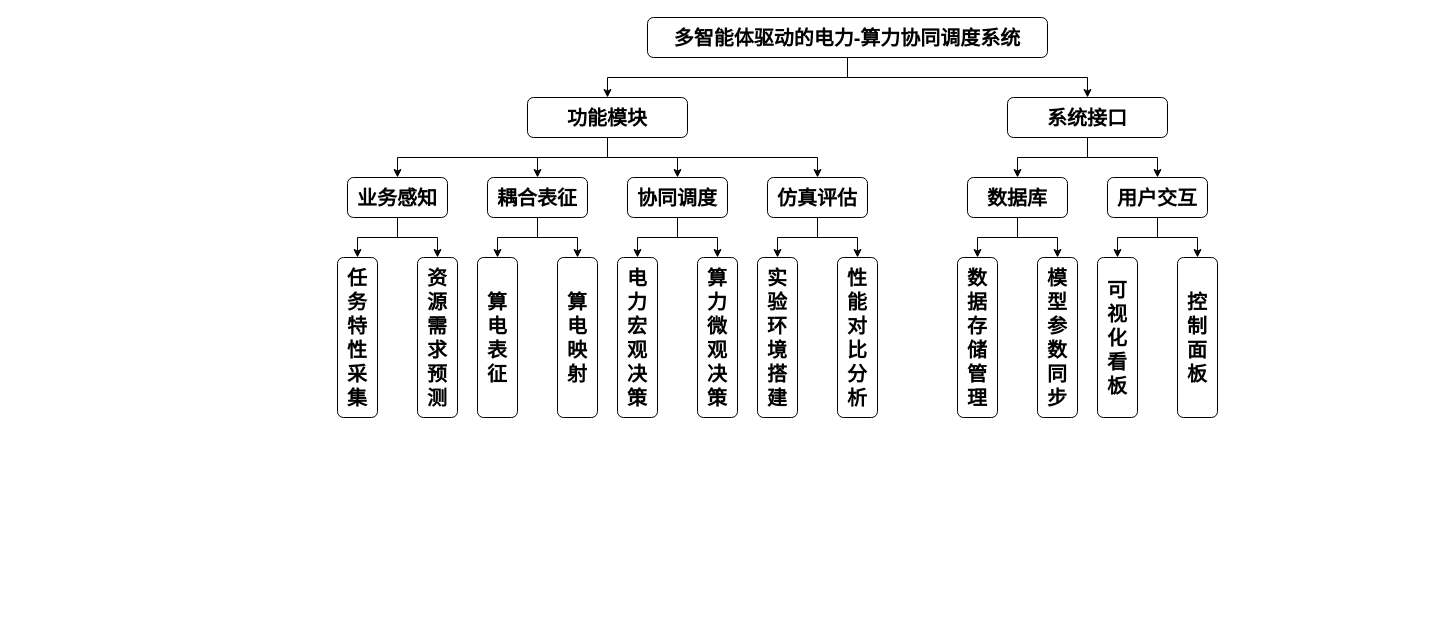
Bang0518/draw_figs keeps this draw.io diagram as 开题报告系统图.drawio. Above is the earlier version. Source tidied: cells renumbered, new cells numbered last; positions are measured from the earlier drawing's top-left corner, leaving out a move shared by most shapes. Both pictures are drawn from the tidied source at 100%, with x=0, y=0 at pixel (337, 17).
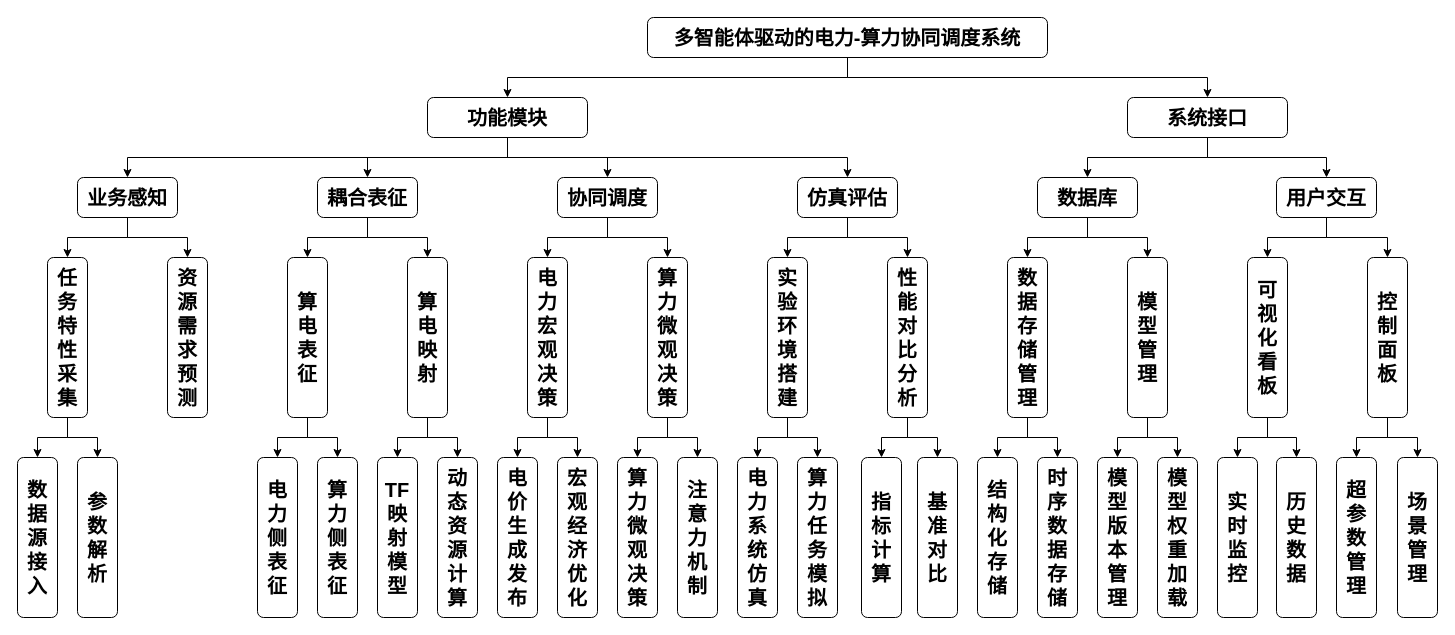
The same diagram, later.

Commit message:
更新开题报告系统图.drawio

Diff of the diagram source:
```diff
@@
     <mxCell id="9" value="&lt;span style=&quot;font-size: 20px; font-family: 微软雅黑; font-weight: bold;&quot;&gt;功能模块&lt;/span&gt;" style="rounded=1;whiteSpace=wrap;html=1;" parent="1" vertex="1">
-      <mxGeometry x="190" y="80" width="160" height="40" as="geometry" />
+      <mxGeometry x="90" y="80" width="160" height="40" as="geometry" />
     </mxCell>
@@
     <mxCell id="12" value="&lt;font face=&quot;微软雅黑&quot;&gt;&lt;span style=&quot;font-size: 20px;&quot;&gt;&lt;b&gt;系统接口&lt;/b&gt;&lt;/span&gt;&lt;/font&gt;" style="rounded=1;whiteSpace=wrap;html=1;" parent="1" vertex="1">
-      <mxGeometry x="670" y="80" width="160" height="40" as="geometry" />
+      <mxGeometry x="790" y="80" width="160" height="40" as="geometry" />
     </mxCell>
@@
     <mxCell id="15" value="&lt;p style=&quot;margin-top: 0pt; margin-bottom: 0pt; margin-left: 0in; direction: ltr; unicode-bidi: embed; word-break: normal;&quot;&gt;&lt;span style=&quot;font-family: 微软雅黑; font-size: 20px; font-weight: 700;&quot;&gt;耦合表征&lt;/span&gt;&lt;/p&gt;" style="rounded=1;whiteSpace=wrap;html=1;" parent="1" vertex="1">
-      <mxGeometry x="150" y="160" width="100" height="40" as="geometry" />
+      <mxGeometry x="-20" y="160" width="100" height="40" as="geometry" />
     </mxCell>
@@
     <mxCell id="18" value="&lt;p style=&quot;margin-top: 0pt; margin-bottom: 0pt; margin-left: 0in; direction: ltr; unicode-bidi: embed; word-break: normal;&quot;&gt;&lt;span style=&quot;font-family: 微软雅黑; font-size: 20px; font-weight: 700;&quot;&gt;业务感知&lt;/span&gt;&lt;/p&gt;" style="rounded=1;whiteSpace=wrap;html=1;" parent="1" vertex="1">
-      <mxGeometry x="10" y="160" width="100" height="40" as="geometry" />
+      <mxGeometry x="-260" y="160" width="100" height="40" as="geometry" />
     </mxCell>
@@
     <mxCell id="21" value="&lt;p style=&quot;margin-top: 0pt; margin-bottom: 0pt; margin-left: 0in; direction: ltr; unicode-bidi: embed; word-break: normal;&quot;&gt;&lt;span style=&quot;font-family: 微软雅黑; font-size: 20px; font-weight: 700;&quot;&gt;协同调度&lt;/span&gt;&lt;/p&gt;" style="rounded=1;whiteSpace=wrap;html=1;" parent="1" vertex="1">
-      <mxGeometry x="290" y="160" width="100" height="40" as="geometry" />
+      <mxGeometry x="220" y="160" width="100" height="40" as="geometry" />
     </mxCell>
@@
     <mxCell id="24" value="&lt;p style=&quot;margin-top: 0pt; margin-bottom: 0pt; margin-left: 0in; direction: ltr; unicode-bidi: embed; word-break: normal;&quot;&gt;&lt;span style=&quot;font-family: 微软雅黑; font-size: 20px; font-weight: 700;&quot;&gt;仿真评估&lt;/span&gt;&lt;/p&gt;" style="rounded=1;whiteSpace=wrap;html=1;" parent="1" vertex="1">
-      <mxGeometry x="430" y="160" width="100" height="40" as="geometry" />
+      <mxGeometry x="460" y="160" width="100" height="40" as="geometry" />
     </mxCell>
+    <mxCell id="43" style="edgeStyle=orthogonalEdgeStyle;rounded=0;jettySize=auto;html=1;exitX=0.5;exitY=1;exitDx=0;exitDy=0;entryX=0.5;entryY=0;entryDx=0;entryDy=0;" parent="1" edge="1" source="25" target="65">
+      <mxGeometry relative="1" as="geometry" />
+    </mxCell>
+    <mxCell id="44" style="edgeStyle=orthogonalEdgeStyle;rounded=0;jettySize=auto;html=1;exitX=0.5;exitY=1;exitDx=0;exitDy=0;entryX=0.5;entryY=0;entryDx=0;entryDy=0;" parent="1" edge="1" source="25" target="66">
+      <mxGeometry relative="1" as="geometry" />
+    </mxCell>
     <mxCell id="25" value="&lt;font face=&quot;微软雅黑&quot;&gt;&lt;span style=&quot;font-size: 20px;&quot;&gt;&lt;b&gt;任务特性采集&lt;/b&gt;&lt;/span&gt;&lt;/font&gt;" style="rounded=1;whiteSpace=wrap;html=1;" parent="1" vertex="1">
-      <mxGeometry y="240" width="40" height="160" as="geometry" />
+      <mxGeometry x="-290" y="240" width="40" height="160" as="geometry" />
     </mxCell>
     <mxCell id="26" value="&lt;font face=&quot;微软雅黑&quot;&gt;&lt;span style=&quot;font-size: 20px;&quot;&gt;&lt;b&gt;资源需求预测&lt;/b&gt;&lt;/span&gt;&lt;/font&gt;" style="rounded=1;whiteSpace=wrap;html=1;" parent="1" vertex="1">
-      <mxGeometry x="80" y="240" width="40" height="160" as="geometry" />
+      <mxGeometry x="-170" y="240" width="40" height="160" as="geometry" />
     </mxCell>
+    <mxCell id="45" style="edgeStyle=orthogonalEdgeStyle;rounded=0;jettySize=auto;html=1;exitX=0.5;exitY=1;exitDx=0;exitDy=0;entryX=0.5;entryY=0;entryDx=0;entryDy=0;" parent="1" edge="1" source="27" target="67">
+      <mxGeometry relative="1" as="geometry" />
+    </mxCell>
+    <mxCell id="46" style="edgeStyle=orthogonalEdgeStyle;rounded=0;jettySize=auto;html=1;exitX=0.5;exitY=1;exitDx=0;exitDy=0;entryX=0.5;entryY=0;entryDx=0;entryDy=0;" parent="1" edge="1" source="27" target="68">
+      <mxGeometry relative="1" as="geometry" />
+    </mxCell>
     <mxCell id="27" value="&lt;font face=&quot;微软雅黑&quot;&gt;&lt;span style=&quot;font-size: 20px;&quot;&gt;&lt;b&gt;算电表征&lt;/b&gt;&lt;/span&gt;&lt;/font&gt;" style="rounded=1;whiteSpace=wrap;html=1;" parent="1" vertex="1">
-      <mxGeometry x="140" y="240" width="40" height="160" as="geometry" />
+      <mxGeometry x="-50" y="240" width="40" height="160" as="geometry" />
     </mxCell>
+    <mxCell id="47" style="edgeStyle=orthogonalEdgeStyle;rounded=0;jettySize=auto;html=1;exitX=0.5;exitY=1;exitDx=0;exitDy=0;entryX=0.5;entryY=0;entryDx=0;entryDy=0;" parent="1" edge="1" source="28" target="69">
+      <mxGeometry relative="1" as="geometry" />
+    </mxCell>
+    <mxCell id="48" style="edgeStyle=orthogonalEdgeStyle;rounded=0;jettySize=auto;html=1;exitX=0.5;exitY=1;exitDx=0;exitDy=0;entryX=0.5;entryY=0;entryDx=0;entryDy=0;" parent="1" edge="1" source="28" target="70">
+      <mxGeometry relative="1" as="geometry" />
+    </mxCell>
     <mxCell id="28" value="&lt;font face=&quot;微软雅黑&quot;&gt;&lt;span style=&quot;font-size: 20px;&quot;&gt;&lt;b&gt;算电映射&lt;/b&gt;&lt;/span&gt;&lt;/font&gt;" style="rounded=1;whiteSpace=wrap;html=1;" parent="1" vertex="1">
-      <mxGeometry x="220" y="240" width="40" height="160" as="geometry" />
+      <mxGeometry x="70" y="240" width="40" height="160" as="geometry" />
     </mxCell>
+    <mxCell id="49" style="edgeStyle=orthogonalEdgeStyle;rounded=0;jettySize=auto;html=1;exitX=0.5;exitY=1;exitDx=0;exitDy=0;entryX=0.5;entryY=0;entryDx=0;entryDy=0;" parent="1" edge="1" source="29" target="71">
+      <mxGeometry relative="1" as="geometry" />
+    </mxCell>
+    <mxCell id="50" style="edgeStyle=orthogonalEdgeStyle;rounded=0;jettySize=auto;html=1;exitX=0.5;exitY=1;exitDx=0;exitDy=0;entryX=0.5;entryY=0;entryDx=0;entryDy=0;" parent="1" edge="1" source="29" target="72">
+      <mxGeometry relative="1" as="geometry" />
+    </mxCell>
     <mxCell id="29" value="&lt;font face=&quot;微软雅黑&quot;&gt;&lt;span style=&quot;font-size: 20px;&quot;&gt;&lt;b&gt;电力宏观决策&lt;/b&gt;&lt;/span&gt;&lt;/font&gt;" style="rounded=1;whiteSpace=wrap;html=1;" parent="1" vertex="1">
-      <mxGeometry x="280" y="240" width="40" height="160" as="geometry" />
+      <mxGeometry x="190" y="240" width="40" height="160" as="geometry" />
     </mxCell>
+    <mxCell id="51" style="edgeStyle=orthogonalEdgeStyle;rounded=0;jettySize=auto;html=1;exitX=0.5;exitY=1;exitDx=0;exitDy=0;entryX=0.5;entryY=0;entryDx=0;entryDy=0;" parent="1" edge="1" source="30" target="73">
+      <mxGeometry relative="1" as="geometry" />
+    </mxCell>
+    <mxCell id="52" style="edgeStyle=orthogonalEdgeStyle;rounded=0;jettySize=auto;html=1;exitX=0.5;exitY=1;exitDx=0;exitDy=0;entryX=0.5;entryY=0;entryDx=0;entryDy=0;" parent="1" edge="1" source="30" target="74">
+      <mxGeometry relative="1" as="geometry" />
+    </mxCell>
     <mxCell id="30" value="&lt;font face=&quot;微软雅黑&quot;&gt;&lt;span style=&quot;font-size: 20px;&quot;&gt;&lt;b&gt;算力微观决策&lt;/b&gt;&lt;/span&gt;&lt;/font&gt;" style="rounded=1;whiteSpace=wrap;html=1;" parent="1" vertex="1">
-      <mxGeometry x="360" y="240" width="40" height="160" as="geometry" />
+      <mxGeometry x="310" y="240" width="40" height="160" as="geometry" />
     </mxCell>
+    <mxCell id="53" style="edgeStyle=orthogonalEdgeStyle;rounded=0;jettySize=auto;html=1;exitX=0.5;exitY=1;exitDx=0;exitDy=0;entryX=0.5;entryY=0;entryDx=0;entryDy=0;" parent="1" edge="1" source="31" target="81">
+      <mxGeometry relative="1" as="geometry" />
+    </mxCell>
+    <mxCell id="54" style="edgeStyle=orthogonalEdgeStyle;rounded=0;jettySize=auto;html=1;exitX=0.5;exitY=1;exitDx=0;exitDy=0;entryX=0.5;entryY=0;entryDx=0;entryDy=0;" parent="1" edge="1" source="31" target="82">
+      <mxGeometry relative="1" as="geometry" />
+    </mxCell>
     <mxCell id="31" value="&lt;font face=&quot;微软雅黑&quot;&gt;&lt;span style=&quot;font-size: 20px;&quot;&gt;&lt;b&gt;实验环境搭建&lt;/b&gt;&lt;/span&gt;&lt;/font&gt;" style="rounded=1;whiteSpace=wrap;html=1;" parent="1" vertex="1">
-      <mxGeometry x="420" y="240" width="40" height="160" as="geometry" />
+      <mxGeometry x="430" y="240" width="40" height="160" as="geometry" />
     </mxCell>
+    <mxCell id="55" style="edgeStyle=orthogonalEdgeStyle;rounded=0;jettySize=auto;html=1;exitX=0.5;exitY=1;exitDx=0;exitDy=0;entryX=0.5;entryY=0;entryDx=0;entryDy=0;" parent="1" edge="1" source="32" target="83">
+      <mxGeometry relative="1" as="geometry" />
+    </mxCell>
+    <mxCell id="56" style="edgeStyle=orthogonalEdgeStyle;rounded=0;jettySize=auto;html=1;exitX=0.5;exitY=1;exitDx=0;exitDy=0;entryX=0.5;entryY=0;entryDx=0;entryDy=0;" parent="1" edge="1" source="32" target="84">
+      <mxGeometry relative="1" as="geometry" />
+    </mxCell>
     <mxCell id="32" value="&lt;font face=&quot;微软雅黑&quot;&gt;&lt;span style=&quot;font-size: 20px;&quot;&gt;&lt;b&gt;性能对比分析&lt;/b&gt;&lt;/span&gt;&lt;/font&gt;" style="rounded=1;whiteSpace=wrap;html=1;" parent="1" vertex="1">
-      <mxGeometry x="500" y="240" width="40" height="160" as="geometry" />
+      <mxGeometry x="550" y="240" width="40" height="160" as="geometry" />
     </mxCell>
@@
     <mxCell id="35" value="&lt;p style=&quot;margin-top: 0pt; margin-bottom: 0pt; margin-left: 0in; direction: ltr; unicode-bidi: embed; word-break: normal;&quot;&gt;&lt;span style=&quot;font-family: 微软雅黑; font-size: 20px; font-weight: 700;&quot;&gt;用户交互&lt;/span&gt;&lt;/p&gt;" style="rounded=1;whiteSpace=wrap;html=1;" parent="1" vertex="1">
-      <mxGeometry x="770" y="160" width="100" height="40" as="geometry" />
+      <mxGeometry x="939" y="160" width="100" height="40" as="geometry" />
     </mxCell>
@@
     <mxCell id="38" value="&lt;p style=&quot;margin-top: 0pt; margin-bottom: 0pt; margin-left: 0in; direction: ltr; unicode-bidi: embed; word-break: normal;&quot;&gt;&lt;span style=&quot;font-family: 微软雅黑; font-size: 20px; font-weight: 700;&quot;&gt;数据库&lt;/span&gt;&lt;/p&gt;" style="rounded=1;whiteSpace=wrap;html=1;" parent="1" vertex="1">
-      <mxGeometry x="630" y="160" width="100" height="40" as="geometry" />
+      <mxGeometry x="700" y="160" width="100" height="40" as="geometry" />
     </mxCell>
+    <mxCell id="57" style="edgeStyle=orthogonalEdgeStyle;rounded=0;jettySize=auto;html=1;exitX=0.5;exitY=1;exitDx=0;exitDy=0;entryX=0.5;entryY=0;entryDx=0;entryDy=0;" parent="1" edge="1" source="39" target="75">
+      <mxGeometry relative="1" as="geometry" />
+    </mxCell>
+    <mxCell id="58" style="edgeStyle=orthogonalEdgeStyle;rounded=0;jettySize=auto;html=1;exitX=0.5;exitY=1;exitDx=0;exitDy=0;entryX=0.5;entryY=0;entryDx=0;entryDy=0;" parent="1" edge="1" source="39" target="76">
+      <mxGeometry relative="1" as="geometry" />
+    </mxCell>
     <mxCell id="39" value="&lt;font face=&quot;微软雅黑&quot;&gt;&lt;span style=&quot;font-size: 20px;&quot;&gt;&lt;b&gt;数据存储管理&lt;/b&gt;&lt;/span&gt;&lt;/font&gt;" style="rounded=1;whiteSpace=wrap;html=1;" parent="1" vertex="1">
-      <mxGeometry x="620" y="240" width="40" height="160" as="geometry" />
+      <mxGeometry x="670" y="240" width="40" height="160" as="geometry" />
     </mxCell>
+    <mxCell id="59" style="edgeStyle=orthogonalEdgeStyle;rounded=0;jettySize=auto;html=1;exitX=0.5;exitY=1;exitDx=0;exitDy=0;entryX=0.5;entryY=0;entryDx=0;entryDy=0;" parent="1" edge="1" source="40" target="77">
+      <mxGeometry relative="1" as="geometry" />
+    </mxCell>
+    <mxCell id="60" style="edgeStyle=orthogonalEdgeStyle;rounded=0;jettySize=auto;html=1;exitX=0.5;exitY=1;exitDx=0;exitDy=0;entryX=0.5;entryY=0;entryDx=0;entryDy=0;" parent="1" edge="1" source="40" target="78">
+      <mxGeometry relative="1" as="geometry" />
+    </mxCell>
-    <mxCell id="40" value="&lt;font face=&quot;微软雅黑&quot;&gt;&lt;span style=&quot;font-size: 20px;&quot;&gt;&lt;b&gt;模型参数同步&lt;/b&gt;&lt;/span&gt;&lt;/font&gt;" style="rounded=1;whiteSpace=wrap;html=1;" parent="1" vertex="1">
-      <mxGeometry x="700" y="240" width="40" height="160" as="geometry" />
+    <mxCell id="40" value="&lt;font face=&quot;微软雅黑&quot;&gt;&lt;span style=&quot;font-size: 20px;&quot;&gt;&lt;b&gt;模型管理&lt;/b&gt;&lt;/span&gt;&lt;/font&gt;" style="rounded=1;whiteSpace=wrap;html=1;" parent="1" vertex="1">
+      <mxGeometry x="790" y="240" width="40" height="160" as="geometry" />
     </mxCell>
+    <mxCell id="61" style="edgeStyle=orthogonalEdgeStyle;rounded=0;jettySize=auto;html=1;exitX=0.5;exitY=1;exitDx=0;exitDy=0;entryX=0.5;entryY=0;entryDx=0;entryDy=0;" parent="1" edge="1" source="41" target="79">
+      <mxGeometry relative="1" as="geometry" />
+    </mxCell>
+    <mxCell id="62" style="edgeStyle=orthogonalEdgeStyle;rounded=0;jettySize=auto;html=1;exitX=0.5;exitY=1;exitDx=0;exitDy=0;entryX=0.5;entryY=0;entryDx=0;entryDy=0;" parent="1" edge="1" source="41" target="80">
+      <mxGeometry relative="1" as="geometry" />
+    </mxCell>
     <mxCell id="41" value="&lt;font face=&quot;微软雅黑&quot;&gt;&lt;span style=&quot;font-size: 20px;&quot;&gt;&lt;b&gt;可视化看板&lt;/b&gt;&lt;/span&gt;&lt;/font&gt;" style="rounded=1;whiteSpace=wrap;html=1;" parent="1" vertex="1">
-      <mxGeometry x="760" y="240" width="40" height="160" as="geometry" />
+      <mxGeometry x="910" y="240" width="40" height="160" as="geometry" />
     </mxCell>
+    <mxCell id="63" style="edgeStyle=orthogonalEdgeStyle;rounded=0;jettySize=auto;html=1;exitX=0.5;exitY=1;exitDx=0;exitDy=0;entryX=0.5;entryY=0;entryDx=0;entryDy=0;" parent="1" edge="1" source="42" target="85">
+      <mxGeometry relative="1" as="geometry" />
+    </mxCell>
+    <mxCell id="64" style="edgeStyle=orthogonalEdgeStyle;rounded=0;jettySize=auto;html=1;exitX=0.5;exitY=1;exitDx=0;exitDy=0;entryX=0.5;entryY=0;entryDx=0;entryDy=0;" parent="1" edge="1" source="42" target="86">
+      <mxGeometry relative="1" as="geometry" />
+    </mxCell>
     <mxCell id="42" value="&lt;font face=&quot;微软雅黑&quot;&gt;&lt;span style=&quot;font-size: 20px;&quot;&gt;&lt;b&gt;控制面板&lt;/b&gt;&lt;/span&gt;&lt;/font&gt;" style="rounded=1;whiteSpace=wrap;html=1;" parent="1" vertex="1">
-      <mxGeometry x="840" y="240" width="40" height="160" as="geometry" />
+      <mxGeometry x="1030" y="240" width="40" height="160" as="geometry" />
     </mxCell>
+    <mxCell id="65" value="&lt;font face=&quot;微软雅黑&quot;&gt;&lt;span style=&quot;font-size: 20px;&quot;&gt;&lt;b&gt;数据源接入&lt;/b&gt;&lt;/span&gt;&lt;/font&gt;" style="rounded=1;whiteSpace=wrap;html=1;" parent="1" vertex="1">
+      <mxGeometry x="-320" y="440" width="40" height="160" as="geometry" />
+    </mxCell>
+    <mxCell id="66" value="&lt;font face=&quot;微软雅黑&quot;&gt;&lt;span style=&quot;font-size: 20px;&quot;&gt;&lt;b&gt;参数解析&lt;/b&gt;&lt;/span&gt;&lt;/font&gt;" style="rounded=1;whiteSpace=wrap;html=1;" parent="1" vertex="1">
+      <mxGeometry x="-260" y="440" width="40" height="160" as="geometry" />
+    </mxCell>
+    <mxCell id="67" value="&lt;font face=&quot;微软雅黑&quot;&gt;&lt;span style=&quot;font-size: 20px;&quot;&gt;&lt;b&gt;电力侧表征&lt;/b&gt;&lt;/span&gt;&lt;/font&gt;" style="rounded=1;whiteSpace=wrap;html=1;" parent="1" vertex="1">
+      <mxGeometry x="-80" y="440" width="40" height="160" as="geometry" />
+    </mxCell>
+    <mxCell id="68" value="&lt;font face=&quot;微软雅黑&quot;&gt;&lt;span style=&quot;font-size: 20px;&quot;&gt;&lt;b&gt;算力侧表征&lt;/b&gt;&lt;/span&gt;&lt;/font&gt;" style="rounded=1;whiteSpace=wrap;html=1;" parent="1" vertex="1">
+      <mxGeometry x="-20" y="440" width="40" height="160" as="geometry" />
+    </mxCell>
+    <mxCell id="69" value="&lt;font face=&quot;微软雅黑&quot;&gt;&lt;span style=&quot;font-size: 20px;&quot;&gt;&lt;b&gt;TF映射模型&lt;/b&gt;&lt;/span&gt;&lt;/font&gt;" style="rounded=1;whiteSpace=wrap;html=1;" parent="1" vertex="1">
+      <mxGeometry x="40" y="440" width="40" height="160" as="geometry" />
+    </mxCell>
+    <mxCell id="70" value="&lt;b style=&quot;font-family: 微软雅黑; font-size: 20px;&quot;&gt;动态资源计算&lt;/b&gt;" style="rounded=1;whiteSpace=wrap;html=1;" parent="1" vertex="1">
+      <mxGeometry x="100" y="440" width="40" height="160" as="geometry" />
+    </mxCell>
+    <mxCell id="71" value="&lt;font face=&quot;微软雅黑&quot;&gt;&lt;span style=&quot;font-size: 20px;&quot;&gt;&lt;b&gt;电价生成发布&lt;/b&gt;&lt;/span&gt;&lt;/font&gt;" style="rounded=1;whiteSpace=wrap;html=1;" parent="1" vertex="1">
+      <mxGeometry x="160" y="440" width="40" height="160" as="geometry" />
+    </mxCell>
+    <mxCell id="72" value="&lt;font face=&quot;微软雅黑&quot;&gt;&lt;span style=&quot;font-size: 20px;&quot;&gt;&lt;b&gt;宏观经济优化&lt;/b&gt;&lt;/span&gt;&lt;/font&gt;" style="rounded=1;whiteSpace=wrap;html=1;" parent="1" vertex="1">
+      <mxGeometry x="220" y="440" width="40" height="160" as="geometry" />
+    </mxCell>
+    <mxCell id="73" value="&lt;font face=&quot;微软雅黑&quot;&gt;&lt;span style=&quot;font-size: 20px;&quot;&gt;&lt;b&gt;算力微观决策&lt;/b&gt;&lt;/span&gt;&lt;/font&gt;" style="rounded=1;whiteSpace=wrap;html=1;" parent="1" vertex="1">
+      <mxGeometry x="280" y="440" width="40" height="160" as="geometry" />
+    </mxCell>
+    <mxCell id="74" value="&lt;font face=&quot;微软雅黑&quot;&gt;&lt;span style=&quot;font-size: 20px;&quot;&gt;&lt;b&gt;注意力机制&lt;/b&gt;&lt;/span&gt;&lt;/font&gt;" style="rounded=1;whiteSpace=wrap;html=1;" parent="1" vertex="1">
+      <mxGeometry x="340" y="440" width="40" height="160" as="geometry" />
+    </mxCell>
+    <mxCell id="75" value="&lt;font face=&quot;微软雅黑&quot;&gt;&lt;span style=&quot;font-size: 20px;&quot;&gt;&lt;b&gt;结构化存储&lt;/b&gt;&lt;/span&gt;&lt;/font&gt;" style="rounded=1;whiteSpace=wrap;html=1;" parent="1" vertex="1">
+      <mxGeometry x="640" y="440" width="40" height="160" as="geometry" />
+    </mxCell>
+    <mxCell id="76" value="&lt;font face=&quot;微软雅黑&quot;&gt;&lt;span style=&quot;font-size: 20px;&quot;&gt;&lt;b&gt;时序数据存储&lt;/b&gt;&lt;/span&gt;&lt;/font&gt;" style="rounded=1;whiteSpace=wrap;html=1;" parent="1" vertex="1">
+      <mxGeometry x="700" y="440" width="40" height="160" as="geometry" />
+    </mxCell>
+    <mxCell id="77" value="&lt;font face=&quot;微软雅黑&quot;&gt;&lt;span style=&quot;font-size: 20px;&quot;&gt;&lt;b&gt;模型版本管理&lt;/b&gt;&lt;/span&gt;&lt;/font&gt;" style="rounded=1;whiteSpace=wrap;html=1;" parent="1" vertex="1">
+      <mxGeometry x="760" y="440" width="40" height="160" as="geometry" />
+    </mxCell>
+    <mxCell id="78" value="&lt;font face=&quot;微软雅黑&quot;&gt;&lt;span style=&quot;font-size: 20px;&quot;&gt;&lt;b&gt;模型权重加载&lt;/b&gt;&lt;/span&gt;&lt;/font&gt;" style="rounded=1;whiteSpace=wrap;html=1;" parent="1" vertex="1">
+      <mxGeometry x="820" y="440" width="40" height="160" as="geometry" />
+    </mxCell>
+    <mxCell id="79" value="&lt;font face=&quot;微软雅黑&quot;&gt;&lt;span style=&quot;font-size: 20px;&quot;&gt;&lt;b&gt;实时监控&lt;/b&gt;&lt;/span&gt;&lt;/font&gt;" style="rounded=1;whiteSpace=wrap;html=1;" parent="1" vertex="1">
+      <mxGeometry x="880" y="440" width="40" height="160" as="geometry" />
+    </mxCell>
+    <mxCell id="80" value="&lt;font face=&quot;微软雅黑&quot;&gt;&lt;span style=&quot;font-size: 20px;&quot;&gt;&lt;b&gt;历史数据&lt;/b&gt;&lt;/span&gt;&lt;/font&gt;" style="rounded=1;whiteSpace=wrap;html=1;" parent="1" vertex="1">
+      <mxGeometry x="939" y="440" width="40" height="160" as="geometry" />
+    </mxCell>
+    <mxCell id="81" value="&lt;font face=&quot;微软雅黑&quot;&gt;&lt;span style=&quot;font-size: 20px;&quot;&gt;&lt;b&gt;电力系统仿真&lt;/b&gt;&lt;/span&gt;&lt;/font&gt;" style="rounded=1;whiteSpace=wrap;html=1;" parent="1" vertex="1">
+      <mxGeometry x="400" y="440" width="40" height="160" as="geometry" />
+    </mxCell>
+    <mxCell id="82" value="&lt;font face=&quot;微软雅黑&quot;&gt;&lt;span style=&quot;font-size: 20px;&quot;&gt;&lt;b&gt;算力任务模拟&lt;/b&gt;&lt;/span&gt;&lt;/font&gt;" style="rounded=1;whiteSpace=wrap;html=1;" parent="1" vertex="1">
+      <mxGeometry x="460" y="440" width="40" height="160" as="geometry" />
+    </mxCell>
+    <mxCell id="83" value="&lt;font face=&quot;微软雅黑&quot;&gt;&lt;span style=&quot;font-size: 20px;&quot;&gt;&lt;b&gt;指标计算&lt;/b&gt;&lt;/span&gt;&lt;/font&gt;" style="rounded=1;whiteSpace=wrap;html=1;" parent="1" vertex="1">
+      <mxGeometry x="524" y="440" width="40" height="160" as="geometry" />
+    </mxCell>
+    <mxCell id="84" value="&lt;font face=&quot;微软雅黑&quot;&gt;&lt;span style=&quot;font-size: 20px;&quot;&gt;&lt;b&gt;基准对比&lt;/b&gt;&lt;/span&gt;&lt;/font&gt;" style="rounded=1;whiteSpace=wrap;html=1;" parent="1" vertex="1">
+      <mxGeometry x="580" y="440" width="40" height="160" as="geometry" />
+    </mxCell>
+    <mxCell id="85" value="&lt;font face=&quot;微软雅黑&quot;&gt;&lt;span style=&quot;font-size: 20px;&quot;&gt;&lt;b&gt;超参数管理&lt;/b&gt;&lt;/span&gt;&lt;/font&gt;" style="rounded=1;whiteSpace=wrap;html=1;" parent="1" vertex="1">
+      <mxGeometry x="999" y="440" width="40" height="160" as="geometry" />
+    </mxCell>
+    <mxCell id="86" value="&lt;font face=&quot;微软雅黑&quot;&gt;&lt;span style=&quot;font-size: 20px;&quot;&gt;&lt;b&gt;场景管理&lt;/b&gt;&lt;/span&gt;&lt;/font&gt;" style="rounded=1;whiteSpace=wrap;html=1;" parent="1" vertex="1">
+      <mxGeometry x="1060" y="440" width="40" height="160" as="geometry" />
+    </mxCell>
```
